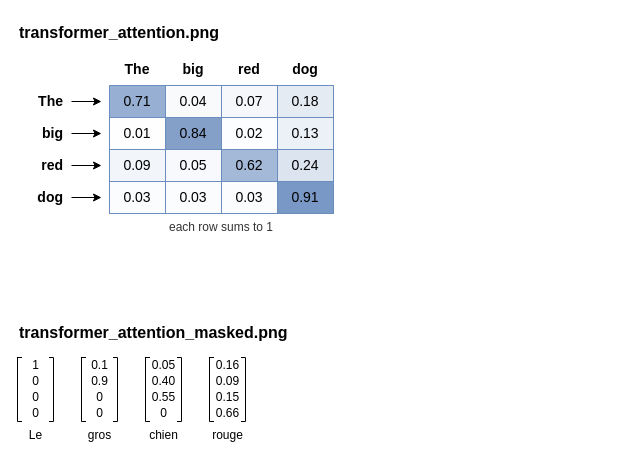
Before: assets/learning-from-sequences/learning-from-sequences.drawio in brunomaga/brunomaga.github.io, a draw.io diagram. Source tidied: cells renumbered, new cells numbered last; positions are measured from the earlier drawing's top-left corner, leaving out a move shared by most shapes. Both pictures are drawn from the tidied source at 100%, with x=0, y=0 at pixel (17, 17).
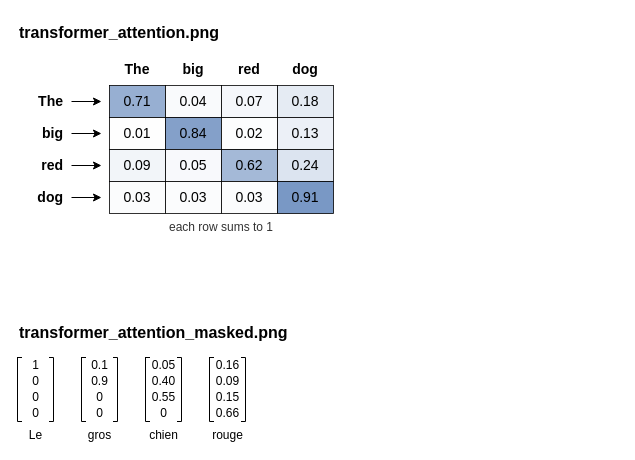
The same page after the edit.

Unchanged cells that the change refers to:
```xml
<mxCell id="3" style="group;" parent="1" vertex="1">
  <mxGeometry y="40" width="316" height="180" as="geometry" />
</mxCell>
```

What changed in the source:
```diff
@@
-    <mxCell id="10" value="0.71" style="rounded=0;whiteSpace=wrap;html=1;fillColor=#97afd2;strokeColor=#6c8ebf;fontSize=14;" parent="3" vertex="1">
+    <mxCell id="10" value="0.71" style="rounded=0;whiteSpace=wrap;html=1;fillColor=#97afd2;fontSize=14;strokeColor=#000000;strokeWidth=0.8;" parent="3" vertex="1">
       <mxGeometry x="92" y="28" width="56" height="32" as="geometry" />
     </mxCell>
-    <mxCell id="11" value="0.04" style="rounded=0;whiteSpace=wrap;html=1;fillColor=#f9fafc;strokeColor=#6c8ebf;fontSize=14;" parent="3" vertex="1">
+    <mxCell id="11" value="0.04" style="rounded=0;whiteSpace=wrap;html=1;fillColor=#f9fafc;fontSize=14;strokeColor=#000000;strokeWidth=0.8;" parent="3" vertex="1">
       <mxGeometry x="148" y="28" width="56" height="32" as="geometry" />
     </mxCell>
-    <mxCell id="12" value="0.07" style="rounded=0;whiteSpace=wrap;html=1;fillColor=#f5f7fb;strokeColor=#6c8ebf;fontSize=14;" parent="3" vertex="1">
+    <mxCell id="12" value="0.07" style="rounded=0;whiteSpace=wrap;html=1;fillColor=#f5f7fb;fontSize=14;strokeColor=#000000;strokeWidth=0.8;" parent="3" vertex="1">
       <mxGeometry x="204" y="28" width="56" height="32" as="geometry" />
     </mxCell>
-    <mxCell id="13" value="0.18" style="rounded=0;whiteSpace=wrap;html=1;fillColor=#e5ebf3;strokeColor=#6c8ebf;fontSize=14;" parent="3" vertex="1">
+    <mxCell id="13" value="0.18" style="rounded=0;whiteSpace=wrap;html=1;fillColor=#e5ebf3;fontSize=14;strokeColor=#000000;strokeWidth=0.8;" parent="3" vertex="1">
       <mxGeometry x="260" y="28" width="56" height="32" as="geometry" />
     </mxCell>
@@
-    <mxCell id="16" value="0.01" style="rounded=0;whiteSpace=wrap;html=1;fillColor=#fefefe;strokeColor=#6c8ebf;fontSize=14;" parent="3" vertex="1">
+    <mxCell id="16" value="0.01" style="rounded=0;whiteSpace=wrap;html=1;fillColor=#fefefe;fontSize=14;strokeColor=#000000;strokeWidth=0.8;" parent="3" vertex="1">
       <mxGeometry x="92" y="60" width="56" height="32" as="geometry" />
     </mxCell>
-    <mxCell id="17" value="0.84" style="rounded=0;whiteSpace=wrap;html=1;fillColor=#84a0c9;strokeColor=#6c8ebf;fontSize=14;" parent="3" vertex="1">
+    <mxCell id="17" value="0.84" style="rounded=0;whiteSpace=wrap;html=1;fillColor=#84a0c9;fontSize=14;strokeColor=#000000;strokeWidth=0.8;" parent="3" vertex="1">
       <mxGeometry x="148" y="60" width="56" height="32" as="geometry" />
     </mxCell>
-    <mxCell id="18" value="0.02" style="rounded=0;whiteSpace=wrap;html=1;fillColor=#fcfdfe;strokeColor=#6c8ebf;fontSize=14;" parent="3" vertex="1">
+    <mxCell id="18" value="0.02" style="rounded=0;whiteSpace=wrap;html=1;fillColor=#fcfdfe;fontSize=14;strokeColor=#000000;strokeWidth=0.8;" parent="3" vertex="1">
       <mxGeometry x="204" y="60" width="56" height="32" as="geometry" />
     </mxCell>
-    <mxCell id="19" value="0.13" style="rounded=0;whiteSpace=wrap;html=1;fillColor=#ecf0f7;strokeColor=#6c8ebf;fontSize=14;" parent="3" vertex="1">
+    <mxCell id="19" value="0.13" style="rounded=0;whiteSpace=wrap;html=1;fillColor=#ecf0f7;fontSize=14;strokeColor=#000000;strokeWidth=0.8;" parent="3" vertex="1">
       <mxGeometry x="260" y="60" width="56" height="32" as="geometry" />
     </mxCell>
@@
-    <mxCell id="22" value="0.09" style="rounded=0;whiteSpace=wrap;html=1;fillColor=#f2f5f9;strokeColor=#6c8ebf;fontSize=14;" parent="3" vertex="1">
+    <mxCell id="22" value="0.09" style="rounded=0;whiteSpace=wrap;html=1;fillColor=#f2f5f9;fontSize=14;strokeColor=#000000;strokeWidth=0.8;" parent="3" vertex="1">
       <mxGeometry x="92" y="92" width="56" height="32" as="geometry" />
     </mxCell>
-    <mxCell id="23" value="0.05" style="rounded=0;whiteSpace=wrap;html=1;fillColor=#f8f9fc;strokeColor=#6c8ebf;fontSize=14;" parent="3" vertex="1">
+    <mxCell id="23" value="0.05" style="rounded=0;whiteSpace=wrap;html=1;fillColor=#f8f9fc;fontSize=14;strokeColor=#000000;strokeWidth=0.8;" parent="3" vertex="1">
       <mxGeometry x="148" y="92" width="56" height="32" as="geometry" />
     </mxCell>
-    <mxCell id="24" value="0.62" style="rounded=0;whiteSpace=wrap;html=1;fillColor=#a4b9d7;strokeColor=#6c8ebf;fontSize=14;" parent="3" vertex="1">
+    <mxCell id="24" value="0.62" style="rounded=0;whiteSpace=wrap;html=1;fillColor=#a4b9d7;fontSize=14;strokeColor=#000000;strokeWidth=0.8;" parent="3" vertex="1">
       <mxGeometry x="204" y="92" width="56" height="32" as="geometry" />
     </mxCell>
-    <mxCell id="25" value="0.24" style="rounded=0;whiteSpace=wrap;html=1;fillColor=#dce4f0;strokeColor=#6c8ebf;fontSize=14;" parent="3" vertex="1">
+    <mxCell id="25" value="0.24" style="rounded=0;whiteSpace=wrap;html=1;fillColor=#dce4f0;fontSize=14;strokeColor=#000000;strokeWidth=0.8;" parent="3" vertex="1">
       <mxGeometry x="260" y="92" width="56" height="32" as="geometry" />
     </mxCell>
@@
-    <mxCell id="28" value="0.03" style="rounded=0;whiteSpace=wrap;html=1;fillColor=#fbfcfd;strokeColor=#6c8ebf;fontSize=14;" parent="3" vertex="1">
+    <mxCell id="28" value="0.03" style="rounded=0;whiteSpace=wrap;html=1;fillColor=#fbfcfd;fontSize=14;strokeColor=#000000;strokeWidth=0.8;" parent="3" vertex="1">
       <mxGeometry x="92" y="124" width="56" height="32" as="geometry" />
     </mxCell>
-    <mxCell id="29" value="0.03" style="rounded=0;whiteSpace=wrap;html=1;fillColor=#fbfcfd;strokeColor=#6c8ebf;fontSize=14;" parent="3" vertex="1">
+    <mxCell id="29" value="0.03" style="rounded=0;whiteSpace=wrap;html=1;fillColor=#fbfcfd;fontSize=14;strokeColor=#000000;strokeWidth=0.8;" parent="3" vertex="1">
       <mxGeometry x="148" y="124" width="56" height="32" as="geometry" />
     </mxCell>
-    <mxCell id="30" value="0.03" style="rounded=0;whiteSpace=wrap;html=1;fillColor=#fbfcfd;strokeColor=#6c8ebf;fontSize=14;" parent="3" vertex="1">
+    <mxCell id="30" value="0.03" style="rounded=0;whiteSpace=wrap;html=1;fillColor=#fbfcfd;fontSize=14;strokeColor=#000000;strokeWidth=0.8;" parent="3" vertex="1">
       <mxGeometry x="204" y="124" width="56" height="32" as="geometry" />
     </mxCell>
-    <mxCell id="31" value="0.91" style="rounded=0;whiteSpace=wrap;html=1;fillColor=#7998c5;strokeColor=#6c8ebf;fontSize=14;" parent="3" vertex="1">
+    <mxCell id="31" value="0.91" style="rounded=0;whiteSpace=wrap;html=1;fillColor=#7998c5;fontSize=14;strokeColor=#000000;strokeWidth=0.8;" parent="3" vertex="1">
       <mxGeometry x="260" y="124" width="56" height="32" as="geometry" />
     </mxCell>
```
